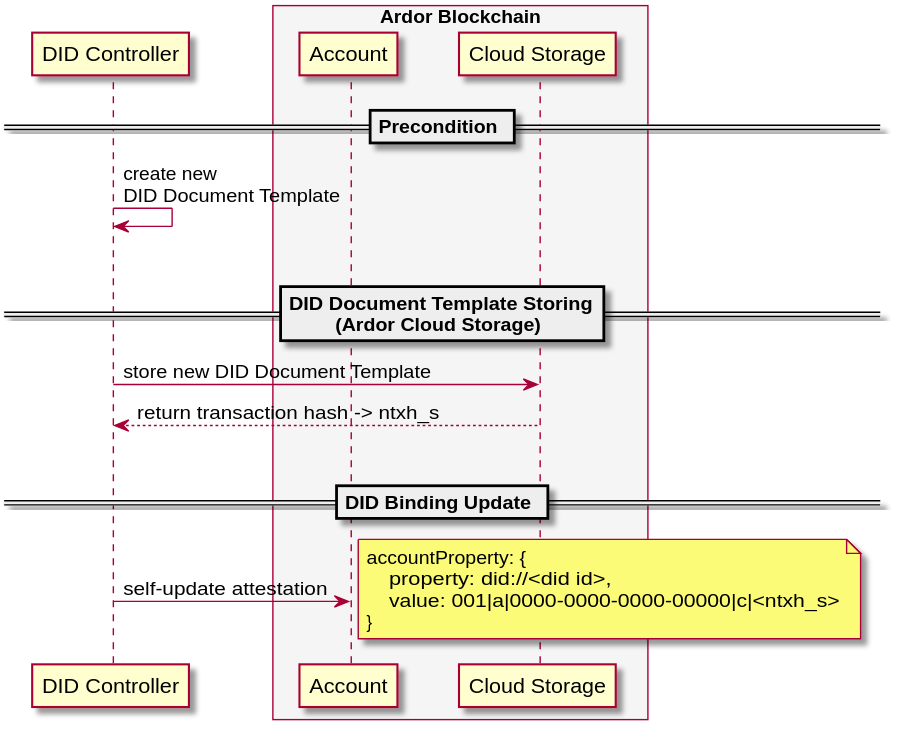
Before: docs/plantuml/out/did-document-template-update.svg, a diagram exported from PlantUML (blobaa/bba-did-method-specification). Source of this version:
```plantuml
@startuml
skinparam BoxPadding 15
skinparam ParticipantPadding 15


participant "DID Controller" as DCR
box "Ardor Blockchain" #WhiteSmoke
    participant "Account" as ATTE
    participant "Cloud Storage" as STR
end box


== Precondition ==

DCR -> DCR: create new\nDID Document Template
|||


== DID Document Template Storing\n(Ardor Cloud Storage) ==

DCR -> STR: store new DID Document Template
STR --> DCR: return transaction hash -> ntxh_s
|||


== DID Binding Update ==

DCR -> ATTE: self-update attestation
note right
    accountProperty: {
        property: did://<did id>,
        value: 001|a|0000-0000-0000-00000|c|<ntxh_s>
    }
end note

@enduml
```
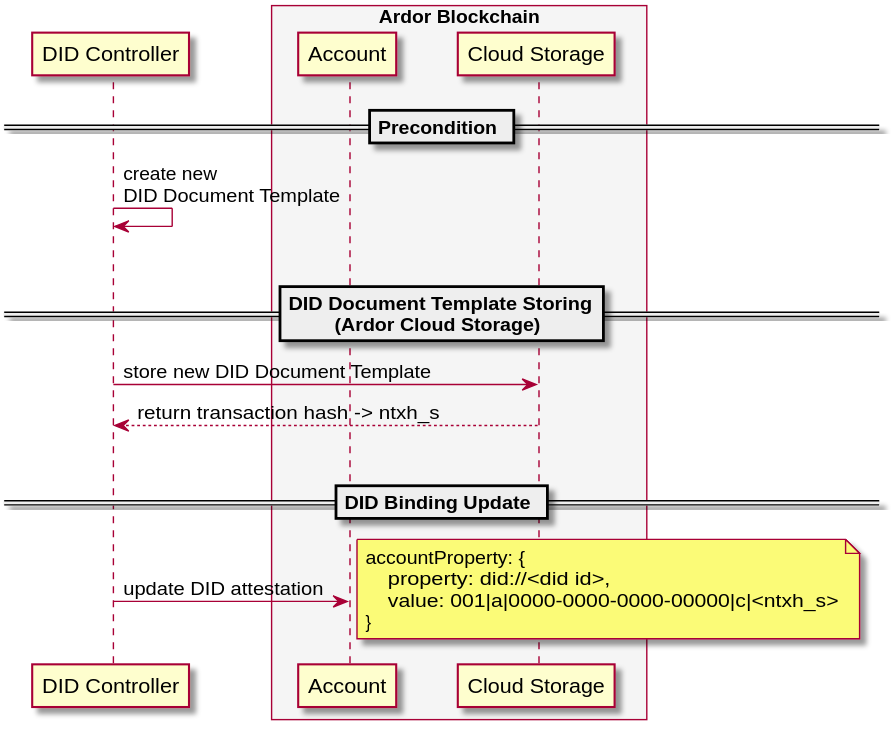
Above is the later version.

The edit, as a diff of the source:
```diff
@@ -25,7 +25,7 @@
 
 == DID Binding Update ==
 
-DCR -> ATTE: self-update attestation
+DCR -> ATTE: update DID attestation
 note right
     accountProperty: {
         property: did://<did id>,
```
